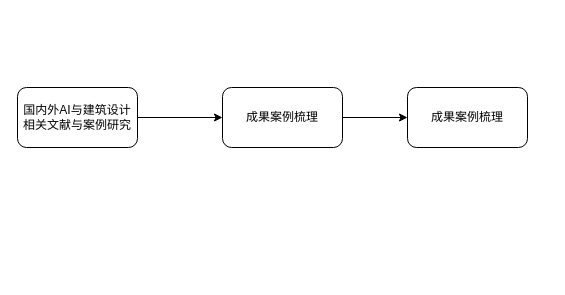
Before: AI与建筑设计.drawio in gaochaowyq/MinderGraph, a draw.io diagram. Source tidied: cells renumbered, new cells numbered last; positions are measured from the earlier drawing's top-left corner, leaving out a move shared by most shapes. Both pictures are drawn from the tidied source at 100%, with x=0, y=0 at pixel (17, 87).
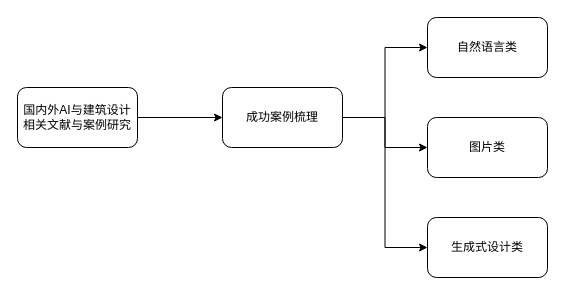
The same diagram, later.

Commit message (it also covers changes not shown here):
更新AI与建筑设计.drawio

Change to the diagram source:
```diff
@@
 <mxGraphModel>
   <root>
     <mxCell id="0" />
     <mxCell id="1" parent="0" />
     <mxCell id="2" style="edgeStyle=orthogonalEdgeStyle;rounded=0;jettySize=auto;html=1;" parent="1" edge="1" source="3" target="5">
       <mxGeometry relative="1" as="geometry" />
     </mxCell>
     <mxCell id="3" value="国内外AI与建筑设计相关文献与案例研究" style="rounded=1;whiteSpace=wrap;html=1;" parent="1" vertex="1">
       <mxGeometry width="120" height="60" as="geometry" />
     </mxCell>
-    <mxCell id="4" style="edgeStyle=orthogonalEdgeStyle;rounded=0;jettySize=auto;html=1;" parent="1" edge="1" source="5" target="6">
+    <mxCell id="4" style="edgeStyle=orthogonalEdgeStyle;rounded=0;jettySize=auto;html=1;entryX=0;entryY=0.5;entryDx=0;entryDy=0;" parent="1" edge="1" source="5" target="6">
       <mxGeometry relative="1" as="geometry" />
     </mxCell>
+    <mxCell id="7" style="edgeStyle=orthogonalEdgeStyle;rounded=0;jettySize=auto;html=1;" parent="1" edge="1" source="5" target="9">
+      <mxGeometry relative="1" as="geometry" />
+    </mxCell>
+    <mxCell id="8" style="edgeStyle=orthogonalEdgeStyle;rounded=0;jettySize=auto;html=1;entryX=0;entryY=0.5;entryDx=0;entryDy=0;" parent="1" edge="1" source="5" target="10">
+      <mxGeometry relative="1" as="geometry" />
+    </mxCell>
-    <mxCell id="5" value="成果案例梳理" style="rounded=1;whiteSpace=wrap;html=1;" parent="1" vertex="1">
+    <mxCell id="5" value="成功案例梳理" style="rounded=1;whiteSpace=wrap;html=1;" parent="1" vertex="1">
       <mxGeometry x="205" width="120" height="60" as="geometry" />
     </mxCell>
-    <mxCell id="6" value="成果案例梳理" style="rounded=1;whiteSpace=wrap;html=1;" parent="1" vertex="1">
-      <mxGeometry x="390" width="120" height="60" as="geometry" />
+    <mxCell id="6" value="自然语言类" style="rounded=1;whiteSpace=wrap;html=1;" parent="1" vertex="1">
+      <mxGeometry x="410" y="-70" width="120" height="60" as="geometry" />
     </mxCell>
+    <mxCell id="9" value="图片类" style="rounded=1;whiteSpace=wrap;html=1;" parent="1" vertex="1">
+      <mxGeometry x="410" y="30" width="120" height="60" as="geometry" />
+    </mxCell>
+    <mxCell id="10" value="生成式设计类" style="rounded=1;whiteSpace=wrap;html=1;" parent="1" vertex="1">
+      <mxGeometry x="410" y="130" width="120" height="60" as="geometry" />
+    </mxCell>
   </root>
 </mxGraphModel>
```
